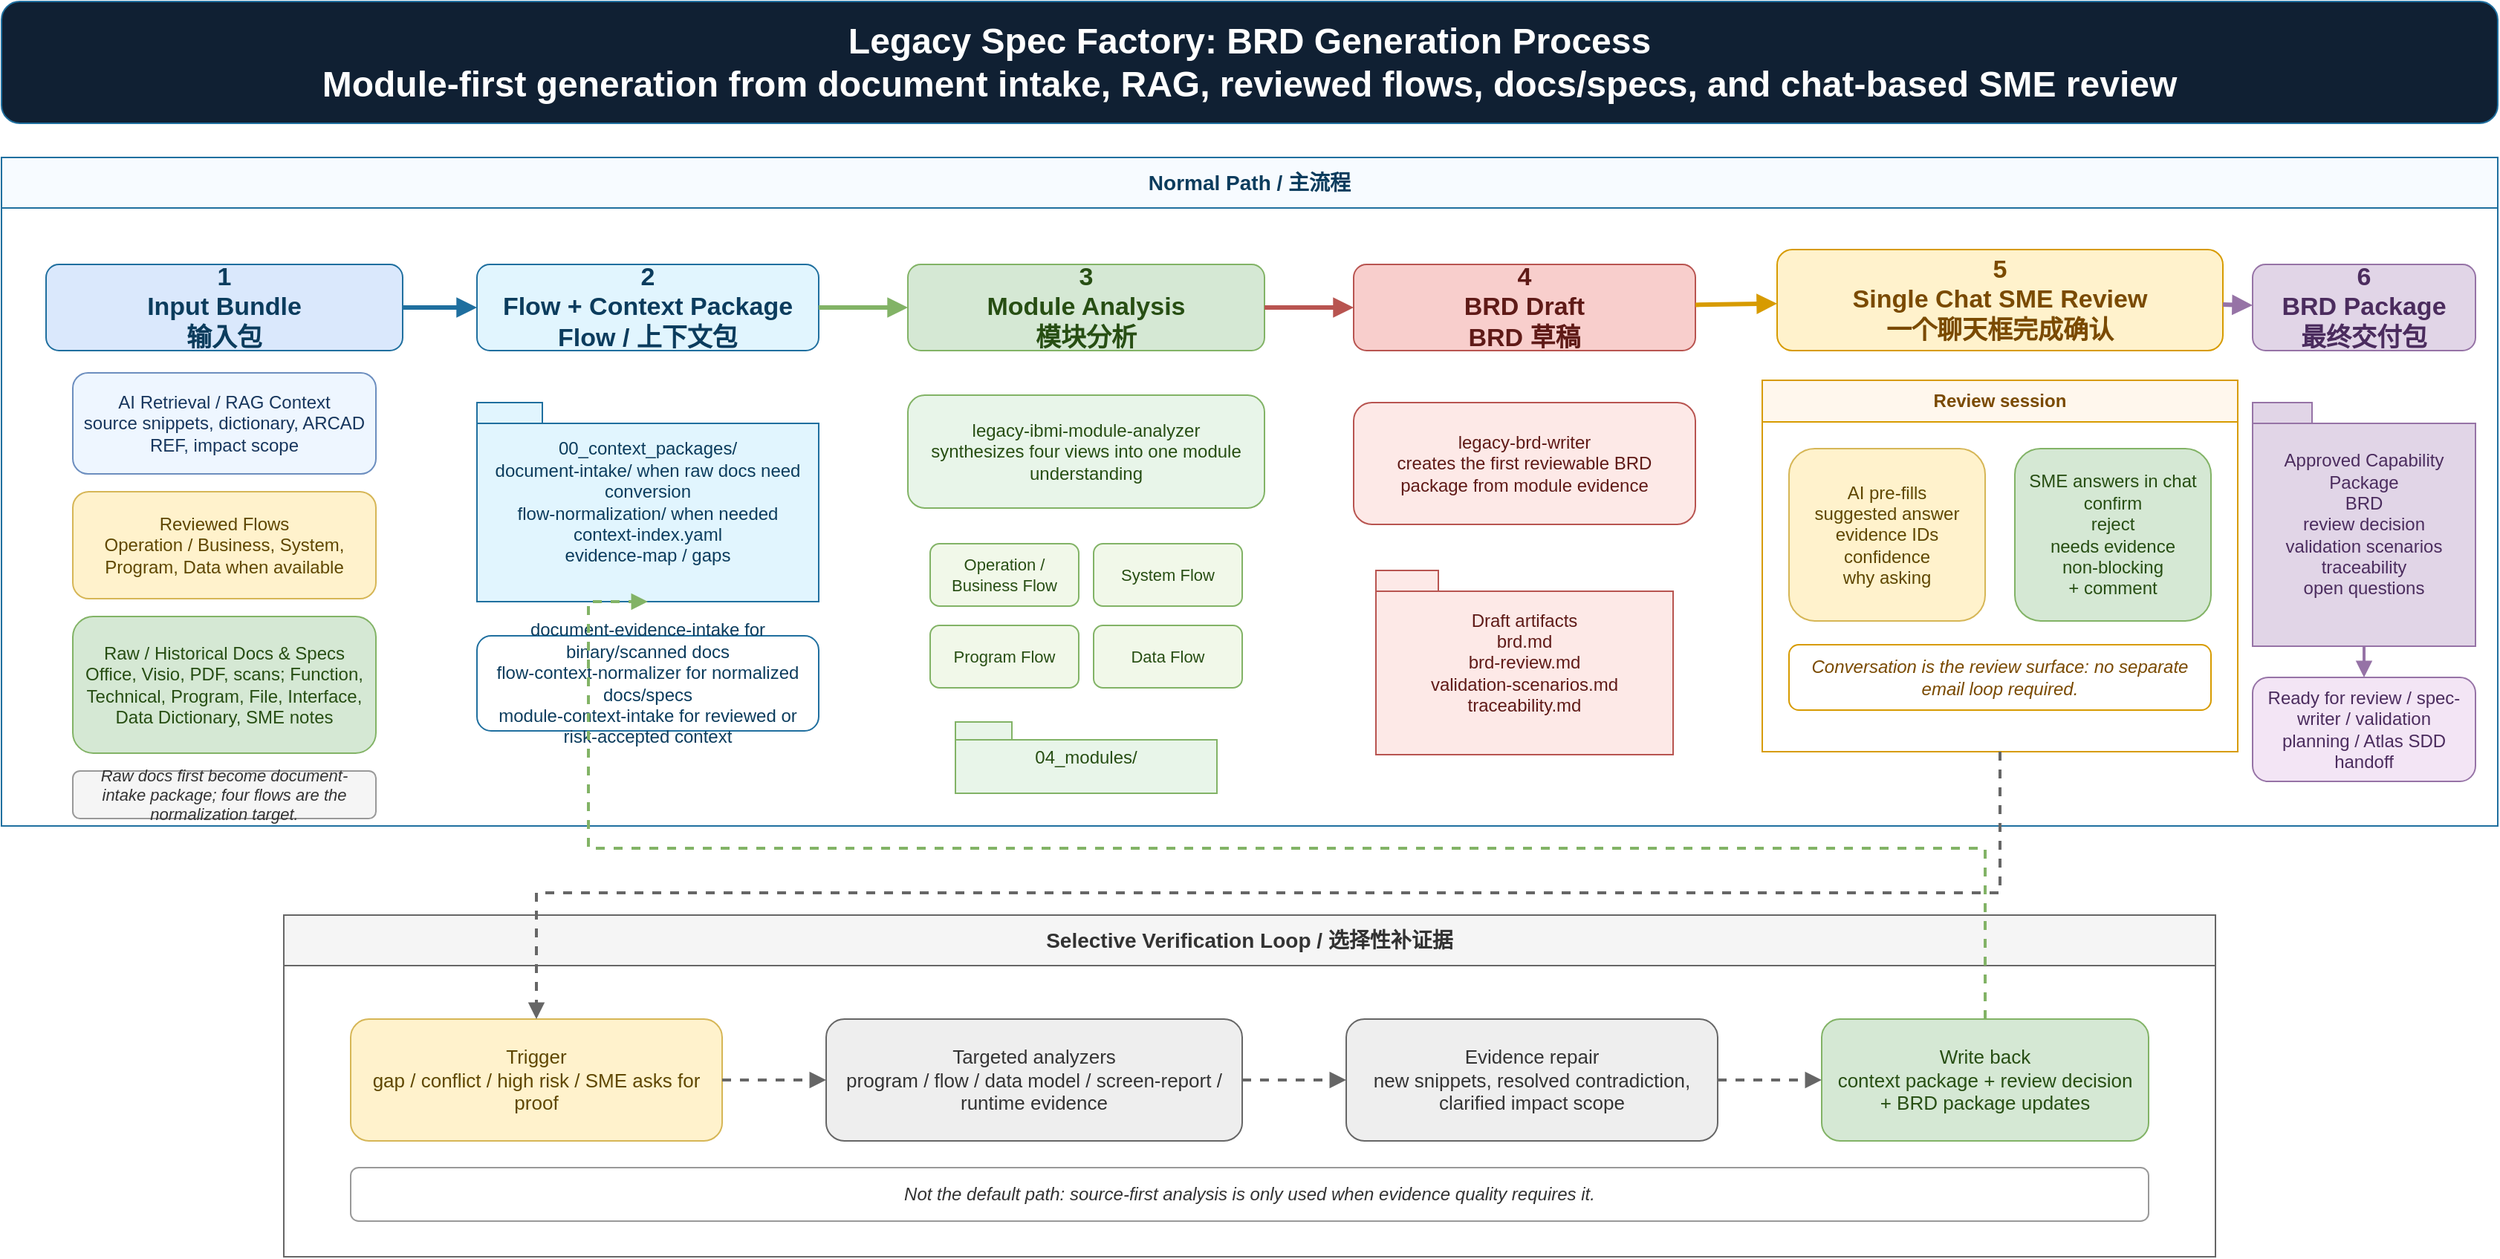
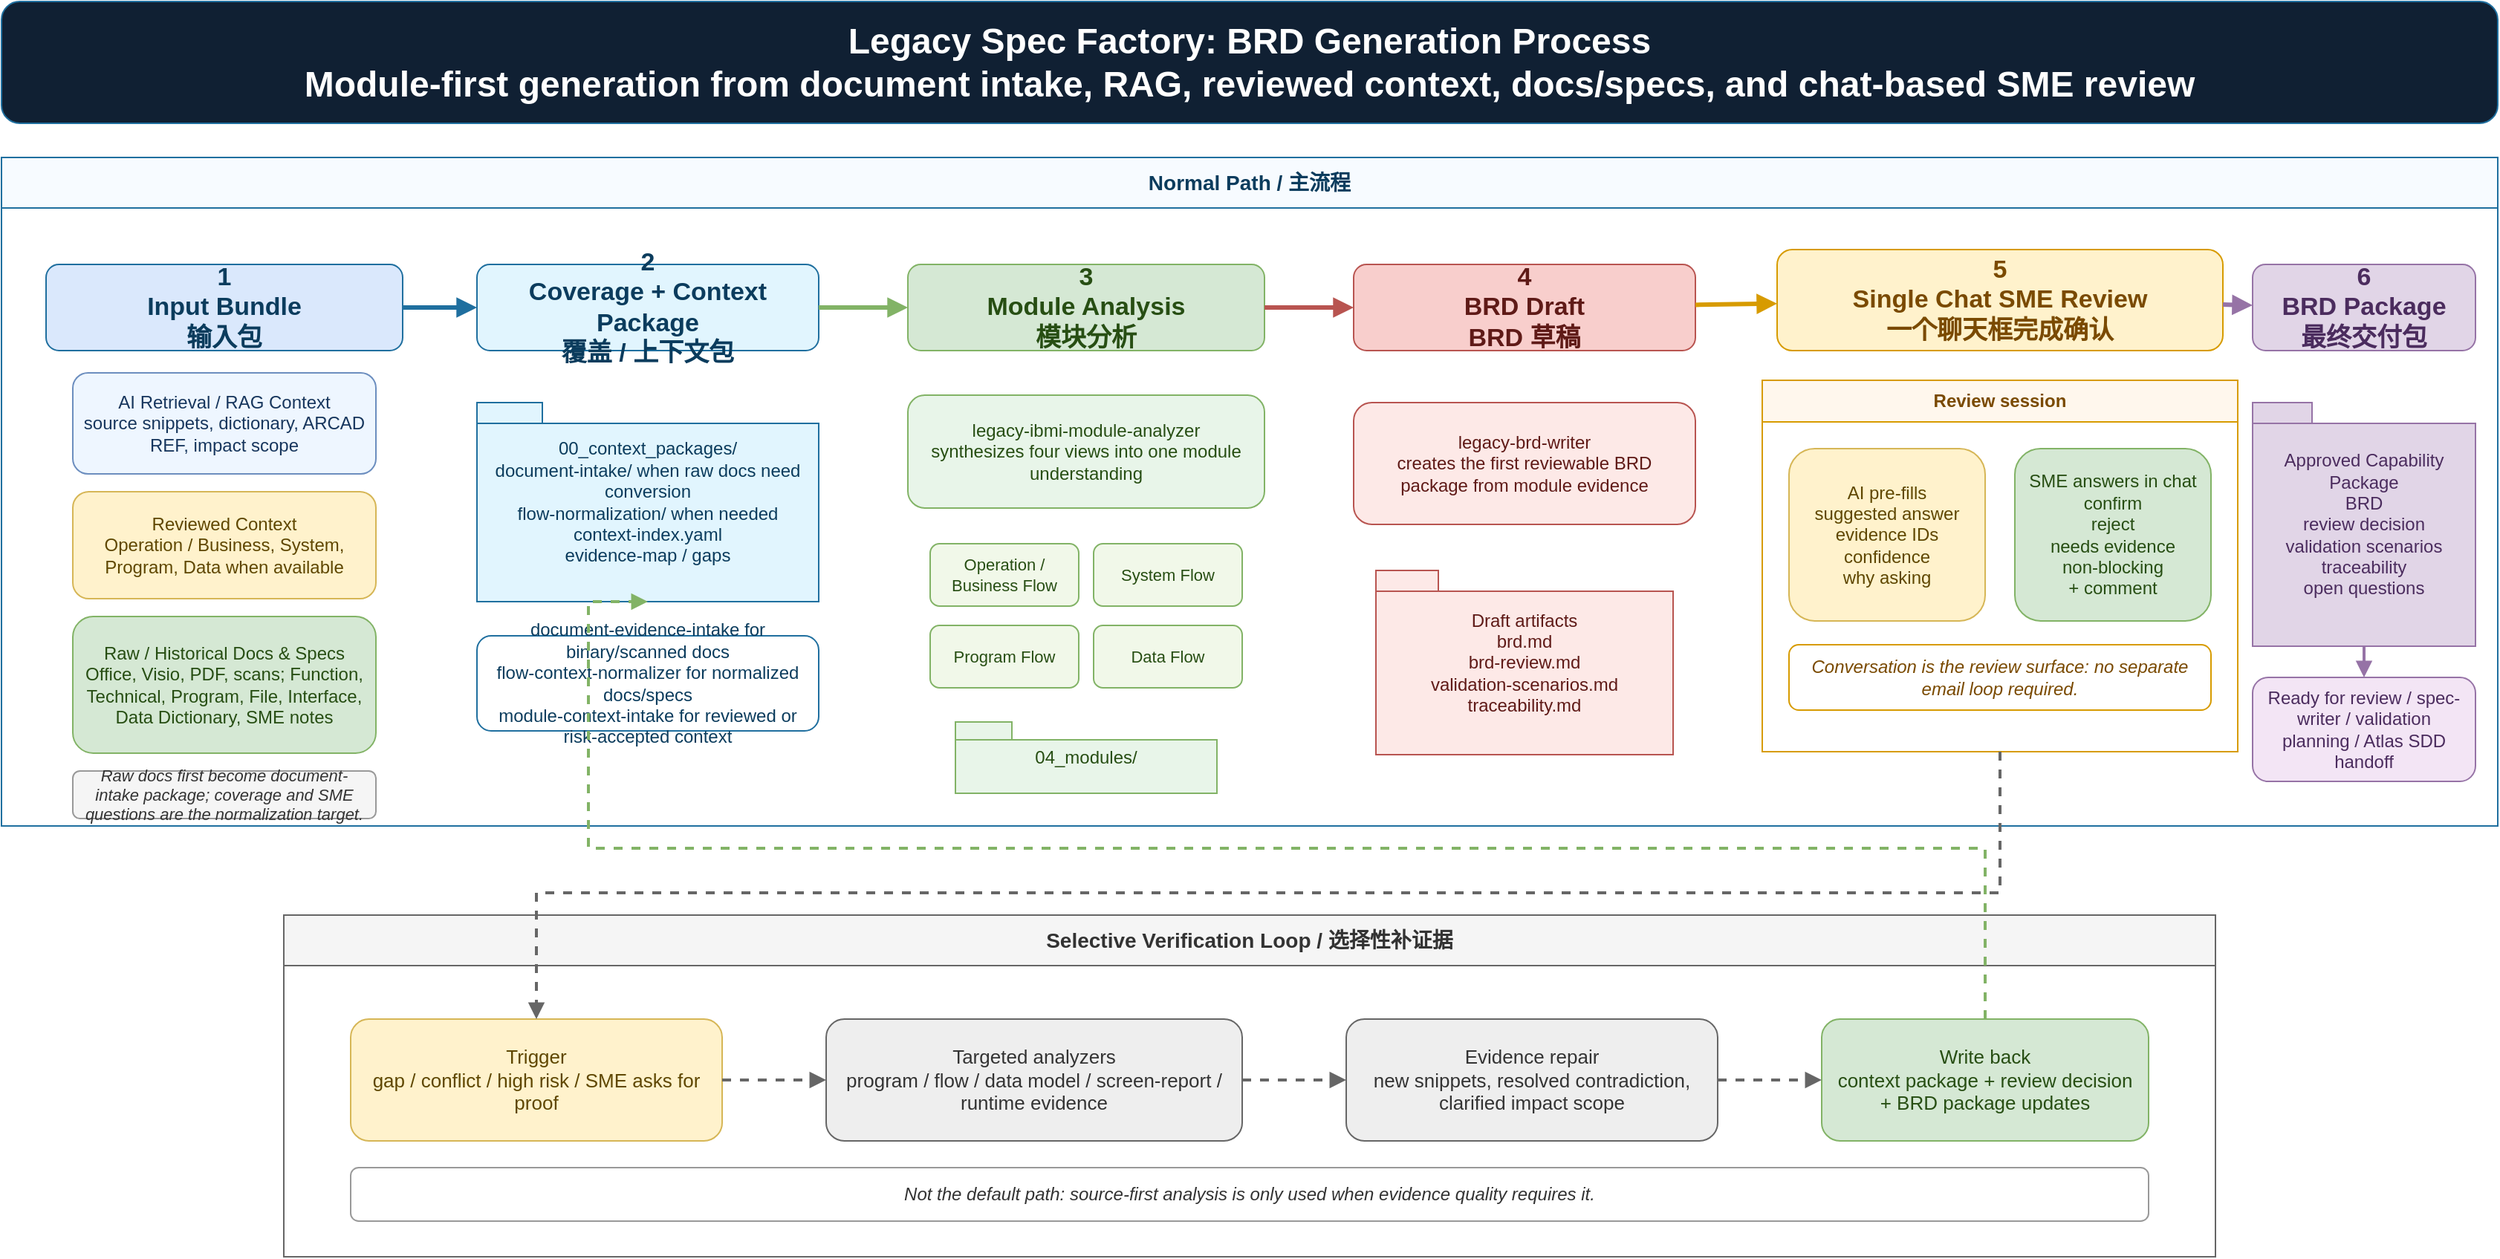
<?xml version="1.0" encoding="UTF-8"?>
<mxfile host="app.diagrams.net" version="30.0.2">
  <diagram id="brd-generation-process" name="BRD Generation Process">
    <mxGraphModel dx="1760" dy="980" grid="1" gridSize="10" guides="1" tooltips="1" connect="1" arrows="1" fold="1" page="1" pageScale="1" pageWidth="1760" pageHeight="980" math="0" shadow="0">
      <root>
        <mxCell id="0" />
        <mxCell id="1" parent="0" />

-         <mxCell id="2" value="Legacy Spec Factory: BRD Generation Process&#xa;Module-first generation from document intake, RAG, reviewed flows, docs/specs, and chat-based SME review" style="rounded=1;whiteSpace=wrap;html=1;fillColor=#102033;strokeColor=#1f6f9f;fontColor=#ffffff;fontSize=24;fontStyle=1;spacing=14;" vertex="1" parent="1">
+         <mxCell id="2" value="Legacy Spec Factory: BRD Generation Process&#xa;Module-first generation from document intake, RAG, reviewed context, docs/specs, and chat-based SME review" style="rounded=1;whiteSpace=wrap;html=1;fillColor=#102033;strokeColor=#1f6f9f;fontColor=#ffffff;fontSize=24;fontStyle=1;spacing=14;" vertex="1" parent="1">
          <mxGeometry x="40" y="20" width="1680" height="82" as="geometry" />
        </mxCell>

        <mxCell id="3" value="Normal Path / 主流程" style="swimlane;html=1;whiteSpace=wrap;startSize=34;fillColor=#f7fbff;strokeColor=#1f6f9f;fontColor=#0b3c5d;fontStyle=1;fontSize=14;" vertex="1" parent="1">
          <mxGeometry x="40" y="125" width="1680" height="450" as="geometry" />
        </mxCell>

        <mxCell id="10" value="1&#xa;Input Bundle&#xa;输入包" style="rounded=1;whiteSpace=wrap;html=1;fillColor=#dae8fc;strokeColor=#1f6f9f;fontColor=#0b3c5d;fontStyle=1;fontSize=17;spacing=10;" vertex="1" parent="3">
          <mxGeometry x="30" y="72" width="240" height="58" as="geometry" />
        </mxCell>
        <mxCell id="11" value="AI Retrieval / RAG Context&#xa;source snippets, dictionary, ARCAD REF, impact scope" style="rounded=1;whiteSpace=wrap;html=1;fillColor=#eef6ff;strokeColor=#6c8ebf;fontColor=#17365d;fontSize=12;spacing=8;" vertex="1" parent="3">
          <mxGeometry x="48" y="145" width="204" height="68" as="geometry" />
        </mxCell>
-         <mxCell id="12" value="Reviewed Flows&#xa;Operation / Business, System, Program, Data when available" style="rounded=1;whiteSpace=wrap;html=1;fillColor=#fff2cc;strokeColor=#d6b656;fontColor=#5f4700;fontSize=12;spacing=8;" vertex="1" parent="3">
+         <mxCell id="12" value="Reviewed Context&#xa;Operation / Business, System, Program, Data when available" style="rounded=1;whiteSpace=wrap;html=1;fillColor=#fff2cc;strokeColor=#d6b656;fontColor=#5f4700;fontSize=12;spacing=8;" vertex="1" parent="3">
          <mxGeometry x="48" y="225" width="204" height="72" as="geometry" />
        </mxCell>
        <mxCell id="13" value="Raw / Historical Docs &amp; Specs&#xa;Office, Visio, PDF, scans; Function, Technical, Program, File, Interface, Data Dictionary, SME notes" style="rounded=1;whiteSpace=wrap;html=1;fillColor=#d5e8d4;strokeColor=#82b366;fontColor=#274e13;fontSize=12;spacing=8;" vertex="1" parent="3">
          <mxGeometry x="48" y="309" width="204" height="92" as="geometry" />
        </mxCell>
-         <mxCell id="14" value="Raw docs first become document-intake package; four flows are the normalization target." style="rounded=1;whiteSpace=wrap;html=1;fillColor=#f5f5f5;strokeColor=#999999;fontColor=#333333;fontSize=11;fontStyle=2;spacing=8;" vertex="1" parent="3">
+         <mxCell id="14" value="Raw docs first become document-intake package; coverage and SME questions are the normalization target." style="rounded=1;whiteSpace=wrap;html=1;fillColor=#f5f5f5;strokeColor=#999999;fontColor=#333333;fontSize=11;fontStyle=2;spacing=8;" vertex="1" parent="3">
          <mxGeometry x="48" y="413" width="204" height="32" as="geometry" />
        </mxCell>

-         <mxCell id="20" value="2&#xa;Flow + Context Package&#xa;Flow / 上下文包" style="rounded=1;whiteSpace=wrap;html=1;fillColor=#e1f5fe;strokeColor=#1f6f9f;fontColor=#0b3c5d;fontStyle=1;fontSize=17;spacing=10;" vertex="1" parent="3">
+         <mxCell id="20" value="2&#xa;Coverage + Context Package&#xa;覆盖 / 上下文包" style="rounded=1;whiteSpace=wrap;html=1;fillColor=#e1f5fe;strokeColor=#1f6f9f;fontColor=#0b3c5d;fontStyle=1;fontSize=17;spacing=10;" vertex="1" parent="3">
          <mxGeometry x="320" y="72" width="230" height="58" as="geometry" />
        </mxCell>
        <mxCell id="21" value="00_context_packages/&lt;MODULE&gt;&#xa;document-intake/ when raw docs need conversion&#xa;flow-normalization/ when needed&#xa;context-index.yaml&#xa;evidence-map / gaps" style="shape=folder;tabWidth=44;tabHeight=14;tabPosition=left;html=1;whiteSpace=wrap;fillColor=#e1f5fe;strokeColor=#1f6f9f;fontColor=#0b3c5d;fontSize=12;spacing=8;" vertex="1" parent="3">
          <mxGeometry x="320" y="165" width="230" height="134" as="geometry" />
        </mxCell>
        <mxCell id="22" value="document-evidence-intake for binary/scanned docs&#xa;flow-context-normalizer for normalized docs/specs&#xa;module-context-intake for reviewed or risk-accepted context" style="rounded=1;whiteSpace=wrap;html=1;fillColor=#ffffff;strokeColor=#1f6f9f;fontColor=#0b3c5d;fontSize=12;spacing=8;" vertex="1" parent="3">
          <mxGeometry x="320" y="322" width="230" height="64" as="geometry" />
        </mxCell>

        <mxCell id="30" value="3&#xa;Module Analysis&#xa;模块分析" style="rounded=1;whiteSpace=wrap;html=1;fillColor=#d5e8d4;strokeColor=#82b366;fontColor=#274e13;fontStyle=1;fontSize=17;spacing=10;" vertex="1" parent="3">
          <mxGeometry x="610" y="72" width="240" height="58" as="geometry" />
        </mxCell>
        <mxCell id="31" value="legacy-ibmi-module-analyzer&#xa;synthesizes four views into one module understanding" style="rounded=1;whiteSpace=wrap;html=1;fillColor=#e8f5e9;strokeColor=#82b366;fontColor=#274e13;fontSize=12;spacing=8;" vertex="1" parent="3">
          <mxGeometry x="610" y="160" width="240" height="76" as="geometry" />
        </mxCell>
        <mxCell id="32" value="Operation / Business Flow" style="rounded=1;whiteSpace=wrap;html=1;fillColor=#f1f8e9;strokeColor=#82b366;fontColor=#274e13;fontSize=11;" vertex="1" parent="3">
          <mxGeometry x="625" y="260" width="100" height="42" as="geometry" />
        </mxCell>
        <mxCell id="33" value="System Flow" style="rounded=1;whiteSpace=wrap;html=1;fillColor=#f1f8e9;strokeColor=#82b366;fontColor=#274e13;fontSize=11;" vertex="1" parent="3">
          <mxGeometry x="735" y="260" width="100" height="42" as="geometry" />
        </mxCell>
        <mxCell id="34" value="Program Flow" style="rounded=1;whiteSpace=wrap;html=1;fillColor=#f1f8e9;strokeColor=#82b366;fontColor=#274e13;fontSize=11;" vertex="1" parent="3">
          <mxGeometry x="625" y="315" width="100" height="42" as="geometry" />
        </mxCell>
        <mxCell id="35" value="Data Flow" style="rounded=1;whiteSpace=wrap;html=1;fillColor=#f1f8e9;strokeColor=#82b366;fontColor=#274e13;fontSize=11;" vertex="1" parent="3">
          <mxGeometry x="735" y="315" width="100" height="42" as="geometry" />
        </mxCell>
        <mxCell id="36" value="04_modules/&lt;MODULE&gt;" style="shape=folder;tabWidth=38;tabHeight=12;tabPosition=left;html=1;whiteSpace=wrap;fillColor=#e8f5e9;strokeColor=#82b366;fontColor=#274e13;fontSize=12;spacing=8;" vertex="1" parent="3">
          <mxGeometry x="642" y="380" width="176" height="48" as="geometry" />
        </mxCell>

        <mxCell id="40" value="4&#xa;BRD Draft&#xa;BRD 草稿" style="rounded=1;whiteSpace=wrap;html=1;fillColor=#f8cecc;strokeColor=#b85450;fontColor=#5f1a17;fontStyle=1;fontSize=17;spacing=10;" vertex="1" parent="3">
          <mxGeometry x="910" y="72" width="230" height="58" as="geometry" />
        </mxCell>
        <mxCell id="41" value="legacy-brd-writer&#xa;creates the first reviewable BRD package from module evidence" style="rounded=1;whiteSpace=wrap;html=1;fillColor=#fde9e7;strokeColor=#b85450;fontColor=#5f1a17;fontSize=12;spacing=8;" vertex="1" parent="3">
          <mxGeometry x="910" y="165" width="230" height="82" as="geometry" />
        </mxCell>
        <mxCell id="42" value="Draft artifacts&#xa;brd.md&#xa;brd-review.md&#xa;validation-scenarios.md&#xa;traceability.md" style="shape=folder;tabWidth=42;tabHeight=14;tabPosition=left;html=1;whiteSpace=wrap;fillColor=#fde9e7;strokeColor=#b85450;fontColor=#5f1a17;fontSize=12;spacing=8;" vertex="1" parent="3">
          <mxGeometry x="925" y="278" width="200" height="124" as="geometry" />
        </mxCell>

        <mxCell id="50" value="5&#xa;Single Chat SME Review&#xa;一个聊天框完成确认" style="rounded=1;whiteSpace=wrap;html=1;fillColor=#fff2cc;strokeColor=#d79b00;fontColor=#7a4a00;fontStyle=1;fontSize=17;spacing=10;" vertex="1" parent="3">
          <mxGeometry x="1195" y="62" width="300" height="68" as="geometry" />
        </mxCell>
        <mxCell id="51" value="Review session" style="swimlane;html=1;whiteSpace=wrap;startSize=28;fillColor=#fff7ed;strokeColor=#d79b00;fontColor=#7a4a00;fontStyle=1;fontSize=12;" vertex="1" parent="3">
          <mxGeometry x="1185" y="150" width="320" height="250" as="geometry" />
        </mxCell>
        <mxCell id="52" value="AI pre-fills&#xa;suggested answer&#xa;evidence IDs&#xa;confidence&#xa;why asking" style="rounded=1;whiteSpace=wrap;html=1;fillColor=#fff2cc;strokeColor=#d6b656;fontColor=#5f4700;fontSize=12;spacing=8;" vertex="1" parent="51">
          <mxGeometry x="18" y="46" width="132" height="116" as="geometry" />
        </mxCell>
        <mxCell id="53" value="SME answers in chat&#xa;confirm&#xa;reject&#xa;needs evidence&#xa;non-blocking&#xa;+ comment" style="rounded=1;whiteSpace=wrap;html=1;fillColor=#d5e8d4;strokeColor=#82b366;fontColor=#274e13;fontSize=12;spacing=8;" vertex="1" parent="51">
          <mxGeometry x="170" y="46" width="132" height="116" as="geometry" />
        </mxCell>
        <mxCell id="54" value="Conversation is the review surface: no separate email loop required." style="rounded=1;whiteSpace=wrap;html=1;fillColor=#ffffff;strokeColor=#d79b00;fontColor=#7a4a00;fontSize=12;fontStyle=2;spacing=8;" vertex="1" parent="51">
          <mxGeometry x="18" y="178" width="284" height="44" as="geometry" />
        </mxCell>

        <mxCell id="60" value="6&#xa;BRD Package&#xa;最终交付包" style="rounded=1;whiteSpace=wrap;html=1;fillColor=#e1d5e7;strokeColor=#9673a6;fontColor=#4b2c5e;fontStyle=1;fontSize=17;spacing=10;" vertex="1" parent="3">
          <mxGeometry x="1515" y="72" width="150" height="58" as="geometry" />
        </mxCell>
        <mxCell id="61" value="Approved Capability Package&#xa;BRD&#xa;review decision&#xa;validation scenarios&#xa;traceability&#xa;open questions" style="shape=folder;tabWidth=40;tabHeight=14;tabPosition=left;html=1;whiteSpace=wrap;fillColor=#e1d5e7;strokeColor=#9673a6;fontColor=#4b2c5e;fontSize=12;spacing=8;" vertex="1" parent="3">
          <mxGeometry x="1515" y="165" width="150" height="164" as="geometry" />
        </mxCell>
        <mxCell id="62" value="Ready for review / spec-writer / validation planning / Atlas SDD handoff" style="rounded=1;whiteSpace=wrap;html=1;fillColor=#f3e5f5;strokeColor=#9673a6;fontColor=#4b2c5e;fontSize=12;spacing=8;" vertex="1" parent="3">
          <mxGeometry x="1515" y="350" width="150" height="70" as="geometry" />
        </mxCell>

        <mxCell id="70" value="" style="endArrow=block;html=1;rounded=0;strokeColor=#1f6f9f;strokeWidth=3;" edge="1" parent="3" source="10" target="20">
          <mxGeometry relative="1" as="geometry" />
        </mxCell>
        <mxCell id="71" value="" style="endArrow=block;html=1;rounded=0;strokeColor=#82b366;strokeWidth=3;" edge="1" parent="3" source="20" target="30">
          <mxGeometry relative="1" as="geometry" />
        </mxCell>
        <mxCell id="72" value="" style="endArrow=block;html=1;rounded=0;strokeColor=#b85450;strokeWidth=3;" edge="1" parent="3" source="30" target="40">
          <mxGeometry relative="1" as="geometry" />
        </mxCell>
        <mxCell id="73" value="" style="endArrow=block;html=1;rounded=0;strokeColor=#d79b00;strokeWidth=3;fontColor=#7a4a00;" edge="1" parent="3" source="40" target="50">
          <mxGeometry relative="1" as="geometry" />
        </mxCell>
        <mxCell id="74" value="" style="endArrow=block;html=1;rounded=0;strokeColor=#9673a6;strokeWidth=3;fontColor=#4b2c5e;" edge="1" parent="3" source="50" target="60">
          <mxGeometry relative="1" as="geometry" />
        </mxCell>
        <mxCell id="75" value="" style="endArrow=block;html=1;rounded=0;strokeColor=#9673a6;strokeWidth=2;" edge="1" parent="3" source="61" target="62">
          <mxGeometry relative="1" as="geometry" />
        </mxCell>

        <mxCell id="80" value="Selective Verification Loop / 选择性补证据" style="swimlane;html=1;whiteSpace=wrap;startSize=34;fillColor=#f5f5f5;strokeColor=#666666;fontColor=#333333;fontStyle=1;fontSize=14;" vertex="1" parent="1">
          <mxGeometry x="230" y="635" width="1300" height="230" as="geometry" />
        </mxCell>
        <mxCell id="81" value="Trigger&#xa;gap / conflict / high risk / SME asks for proof" style="rounded=1;whiteSpace=wrap;html=1;fillColor=#fff2cc;strokeColor=#d6b656;fontColor=#5f4700;fontSize=13;spacing=8;" vertex="1" parent="80">
          <mxGeometry x="45" y="70" width="250" height="82" as="geometry" />
        </mxCell>
        <mxCell id="82" value="Targeted analyzers&#xa;program / flow / data model / screen-report / runtime evidence" style="rounded=1;whiteSpace=wrap;html=1;fillColor=#eeeeee;strokeColor=#666666;fontColor=#333333;fontSize=13;spacing=8;" vertex="1" parent="80">
          <mxGeometry x="365" y="70" width="280" height="82" as="geometry" />
        </mxCell>
        <mxCell id="83" value="Evidence repair&#xa;new snippets, resolved contradiction, clarified impact scope" style="rounded=1;whiteSpace=wrap;html=1;fillColor=#eeeeee;strokeColor=#666666;fontColor=#333333;fontSize=13;spacing=8;" vertex="1" parent="80">
          <mxGeometry x="715" y="70" width="250" height="82" as="geometry" />
        </mxCell>
        <mxCell id="84" value="Write back&#xa;context package + review decision + BRD package updates" style="rounded=1;whiteSpace=wrap;html=1;fillColor=#d5e8d4;strokeColor=#82b366;fontColor=#274e13;fontSize=13;spacing=8;" vertex="1" parent="80">
          <mxGeometry x="1035" y="70" width="220" height="82" as="geometry" />
        </mxCell>
        <mxCell id="85" value="Not the default path: source-first analysis is only used when evidence quality requires it." style="rounded=1;whiteSpace=wrap;html=1;fillColor=#ffffff;strokeColor=#999999;fontColor=#333333;fontSize=12;fontStyle=2;spacing=8;" vertex="1" parent="80">
          <mxGeometry x="45" y="170" width="1210" height="36" as="geometry" />
        </mxCell>

        <mxCell id="90" value="" style="endArrow=block;html=1;rounded=0;dashed=1;strokeColor=#666666;strokeWidth=2;" edge="1" parent="80" source="81" target="82">
          <mxGeometry relative="1" as="geometry" />
        </mxCell>
        <mxCell id="91" value="" style="endArrow=block;html=1;rounded=0;dashed=1;strokeColor=#666666;strokeWidth=2;" edge="1" parent="80" source="82" target="83">
          <mxGeometry relative="1" as="geometry" />
        </mxCell>
        <mxCell id="92" value="" style="endArrow=block;html=1;rounded=0;dashed=1;strokeColor=#666666;strokeWidth=2;" edge="1" parent="80" source="83" target="84">
          <mxGeometry relative="1" as="geometry" />
        </mxCell>
        <mxCell id="93" value="" style="edgeStyle=orthogonalEdgeStyle;endArrow=block;html=1;rounded=0;dashed=1;strokeColor=#666666;strokeWidth=2;fontColor=#333333;entryX=0.5;entryY=0;exitX=0.5;exitY=1;" edge="1" parent="1" source="51" target="81">
          <mxGeometry relative="1" as="geometry">
            <Array as="points">
              <mxPoint x="1385" y="620" />
              <mxPoint x="400" y="620" />
            </Array>
          </mxGeometry>
        </mxCell>
        <mxCell id="94" value="" style="edgeStyle=orthogonalEdgeStyle;endArrow=block;html=1;rounded=0;dashed=1;strokeColor=#82b366;strokeWidth=2;fontColor=#274e13;entryX=0.5;entryY=1;exitX=0.5;exitY=0;" edge="1" parent="1" source="84" target="21">
          <mxGeometry relative="1" as="geometry">
            <Array as="points">
              <mxPoint x="1375" y="590" />
              <mxPoint x="435" y="590" />
            </Array>
          </mxGeometry>
        </mxCell>
      </root>
    </mxGraphModel>
  </diagram>
</mxfile>
